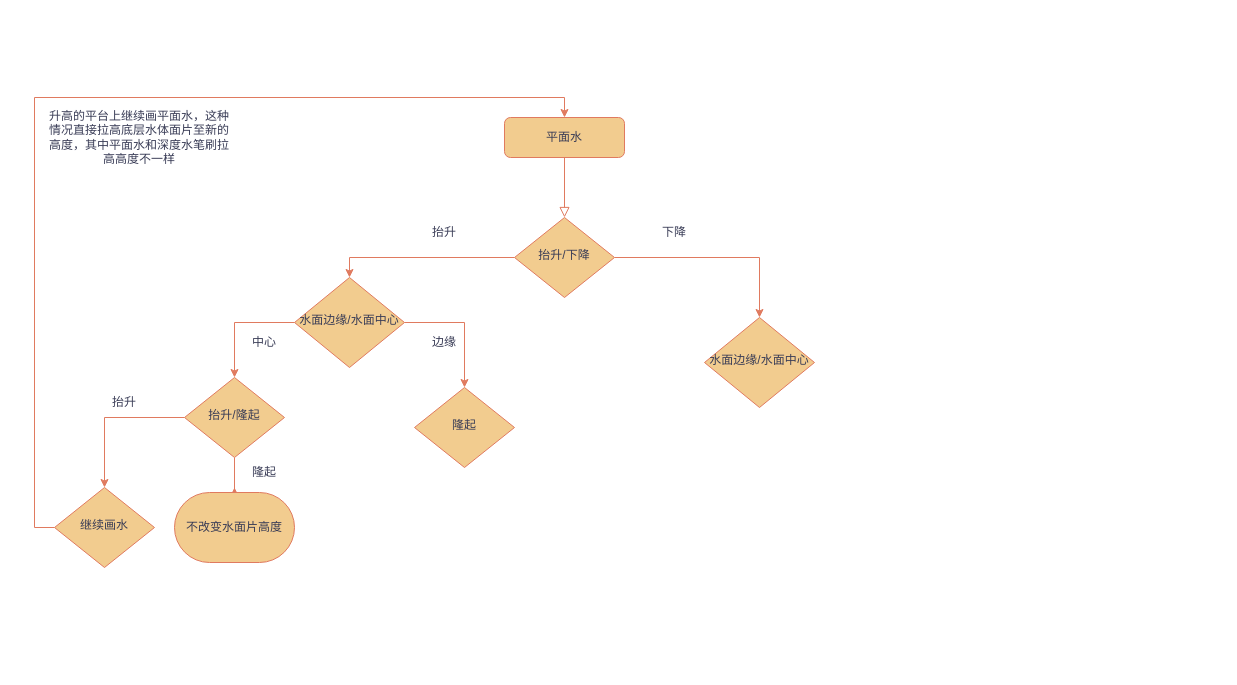
ZihaoLiuLeo/BattleTank keeps this draw.io diagram as Untitled Diagram.drawio. Above is the earlier version. Source tidied: cells renumbered, new cells numbered last; positions are measured from the earlier drawing's top-left corner, leaving out a move shared by most shapes. Both pictures are drawn from the tidied source at 100%, with x=0, y=0 at pixel (44, 107).
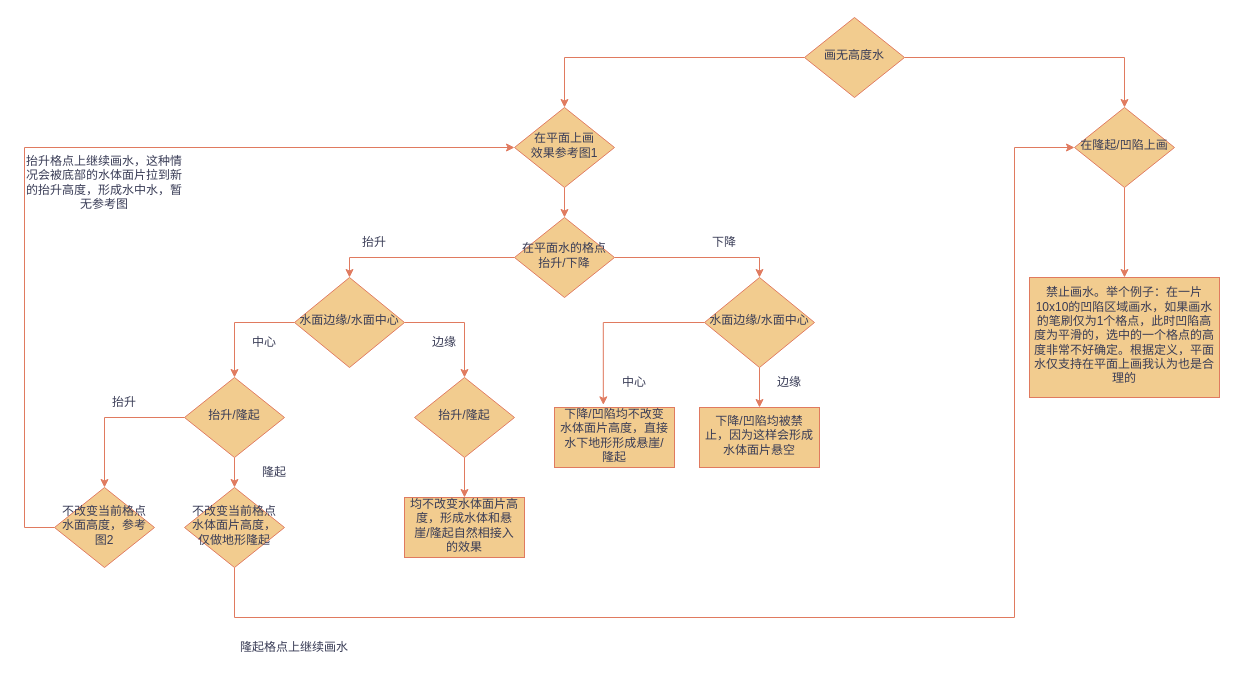
The same diagram, later.

Unchanged cells that the change refers to:
```xml
<mxCell id="9" value="水面边缘/水面中心" style="rhombus;whiteSpace=wrap;html=1;shadow=0;fontFamily=Helvetica;fontSize=12;align=center;strokeWidth=1;spacing=6;spacingTop=-4;labelBackgroundColor=none;fillColor=#F2CC8F;strokeColor=#E07A5F;fontColor=#393C56;" parent="1" vertex="1">
  <mxGeometry x="250" y="170" width="110" height="90" as="geometry" />
</mxCell>
<mxCell id="14" value="抬升/隆起" style="rhombus;whiteSpace=wrap;html=1;shadow=0;fontFamily=Helvetica;fontSize=12;align=center;strokeWidth=1;spacing=6;spacingTop=-4;labelBackgroundColor=none;fillColor=#F2CC8F;strokeColor=#E07A5F;fontColor=#393C56;" parent="1" vertex="1">
  <mxGeometry x="140" y="270" width="100" height="80" as="geometry" />
</mxCell>
```

The edit, as a diff of the source:
```diff
@@
-    <mxCell id="2" style="rounded=0;html=1;jettySize=auto;fontSize=11;endArrow=block;endFill=0;endSize=8;strokeWidth=1;shadow=0;labelBackgroundColor=none;edgeStyle=orthogonalEdgeStyle;strokeColor=#E07A5F;fontColor=default;" parent="1" edge="1" source="3" target="6">
-      <mxGeometry relative="1" as="geometry" />
-    </mxCell>
-    <mxCell id="3" value="平面水" style="rounded=1;whiteSpace=wrap;html=1;fontSize=12;glass=0;strokeWidth=1;shadow=0;labelBackgroundColor=none;fillColor=#F2CC8F;strokeColor=#E07A5F;fontColor=#393C56;" parent="1" vertex="1">
-      <mxGeometry x="460" y="10" width="120" height="40" as="geometry" />
-    </mxCell>
-    <mxCell id="4" style="edgeStyle=orthogonalEdgeStyle;rounded=0;jettySize=auto;html=1;entryX=0.5;entryY=0;entryDx=0;entryDy=0;labelBackgroundColor=none;strokeColor=#E07A5F;fontColor=default;" parent="1" edge="1" source="6" target="9">
+    <mxCell id="4" style="edgeStyle=orthogonalEdgeStyle;rounded=0;jettySize=auto;html=1;entryX=0.5;entryY=0;entryDx=0;entryDy=0;labelBackgroundColor=none;fontColor=default;strokeColor=#E07A5F;" parent="1" edge="1" source="6" target="9">
       <mxGeometry relative="1" as="geometry" />
     </mxCell>
-    <mxCell id="5" style="edgeStyle=orthogonalEdgeStyle;rounded=0;jettySize=auto;html=1;labelBackgroundColor=none;strokeColor=#E07A5F;fontColor=default;entryX=0.5;entryY=0;entryDx=0;entryDy=0;" parent="1" edge="1" source="6" target="21">
+    <mxCell id="5" style="edgeStyle=orthogonalEdgeStyle;rounded=0;jettySize=auto;html=1;labelBackgroundColor=none;fontColor=default;entryX=0.5;entryY=0;entryDx=0;entryDy=0;strokeColor=#E07A5F;" parent="1" edge="1" source="6" target="21">
       <mxGeometry relative="1" as="geometry" />
     </mxCell>
-    <mxCell id="6" value="抬升/下降" style="rhombus;whiteSpace=wrap;html=1;shadow=0;fontFamily=Helvetica;fontSize=12;align=center;strokeWidth=1;spacing=6;spacingTop=-4;labelBackgroundColor=none;fillColor=#F2CC8F;strokeColor=#E07A5F;fontColor=#393C56;" parent="1" vertex="1">
+    <mxCell id="6" value="在平面水的格点抬升/下降" style="rhombus;whiteSpace=wrap;html=1;shadow=0;fontFamily=Helvetica;fontSize=12;align=center;strokeWidth=1;spacing=6;spacingTop=-4;labelBackgroundColor=none;fillColor=#F2CC8F;strokeColor=#E07A5F;fontColor=#393C56;" parent="1" vertex="1">
       <mxGeometry x="470" y="110" width="100" height="80" as="geometry" />
     </mxCell>
-    <mxCell id="7" style="edgeStyle=orthogonalEdgeStyle;rounded=0;jettySize=auto;html=1;labelBackgroundColor=none;strokeColor=#E07A5F;fontColor=default;" parent="1" edge="1" source="9" target="14">
+    <mxCell id="7" style="edgeStyle=orthogonalEdgeStyle;rounded=0;jettySize=auto;html=1;labelBackgroundColor=none;fontColor=default;strokeColor=#E07A5F;" parent="1" edge="1" source="9" target="14">
       <mxGeometry relative="1" as="geometry" />
     </mxCell>
-    <mxCell id="8" style="edgeStyle=orthogonalEdgeStyle;rounded=0;jettySize=auto;html=1;labelBackgroundColor=none;strokeColor=#E07A5F;fontColor=default;" parent="1" edge="1" source="9" target="15">
+    <mxCell id="8" style="edgeStyle=orthogonalEdgeStyle;rounded=0;jettySize=auto;html=1;labelBackgroundColor=none;fontColor=default;strokeColor=#E07A5F;" parent="1" edge="1" source="9" target="15">
       <mxGeometry relative="1" as="geometry" />
     </mxCell>
@@
     <mxCell id="10" value="抬升" style="text;html=1;strokeColor=none;fillColor=none;align=center;verticalAlign=middle;whiteSpace=wrap;rounded=0;labelBackgroundColor=none;fontColor=#393C56;" parent="1" vertex="1">
-      <mxGeometry x="370" y="110" width="60" height="30" as="geometry" />
+      <mxGeometry x="300" y="120" width="60" height="30" as="geometry" />
     </mxCell>
     <mxCell id="11" value="下降" style="text;html=1;strokeColor=none;fillColor=none;align=center;verticalAlign=middle;whiteSpace=wrap;rounded=0;labelBackgroundColor=none;fontColor=#393C56;" parent="1" vertex="1">
-      <mxGeometry x="600" y="110" width="60" height="30" as="geometry" />
+      <mxGeometry x="650" y="120" width="60" height="30" as="geometry" />
     </mxCell>
-    <mxCell id="12" style="edgeStyle=orthogonalEdgeStyle;rounded=0;jettySize=auto;html=1;labelBackgroundColor=none;strokeColor=#E07A5F;fontColor=default;" parent="1" edge="1" source="14" target="20">
+    <mxCell id="12" style="edgeStyle=orthogonalEdgeStyle;rounded=0;jettySize=auto;html=1;labelBackgroundColor=none;fontColor=default;strokeColor=#E07A5F;" parent="1" edge="1" source="14" target="20">
       <mxGeometry relative="1" as="geometry" />
     </mxCell>
-    <mxCell id="13" style="edgeStyle=orthogonalEdgeStyle;rounded=0;jettySize=auto;html=1;labelBackgroundColor=none;strokeColor=#E07A5F;fontColor=default;" parent="1" edge="1" source="14">
-      <mxGeometry relative="1" as="geometry">
-        <mxPoint x="190" y="380" as="targetPoint" />
-        <Array as="points">
-          <mxPoint x="190" y="390" />
-          <mxPoint x="190" y="390" />
-        </Array>
-      </mxGeometry>
-    </mxCell>
+    <mxCell id="25" style="edgeStyle=orthogonalEdgeStyle;rounded=0;jettySize=auto;html=1;entryX=0.5;entryY=0;entryDx=0;entryDy=0;fontColor=default;labelBackgroundColor=none;strokeColor=#E07A5F;" parent="1" edge="1" source="14" target="38">
+      <mxGeometry relative="1" as="geometry" />
+    </mxCell>
@@
+    <mxCell id="26" style="edgeStyle=orthogonalEdgeStyle;rounded=0;jettySize=auto;html=1;fontColor=default;labelBackgroundColor=none;strokeColor=#E07A5F;" parent="1" edge="1" source="15" target="39">
+      <mxGeometry relative="1" as="geometry" />
+    </mxCell>
-    <mxCell id="15" value="隆起" style="rhombus;whiteSpace=wrap;html=1;shadow=0;fontFamily=Helvetica;fontSize=12;align=center;strokeWidth=1;spacing=6;spacingTop=-4;labelBackgroundColor=none;fillColor=#F2CC8F;strokeColor=#E07A5F;fontColor=#393C56;" parent="1" vertex="1">
-      <mxGeometry x="370" y="280" width="100" height="80" as="geometry" />
+    <mxCell id="15" value="抬升/隆起" style="rhombus;whiteSpace=wrap;html=1;shadow=0;fontFamily=Helvetica;fontSize=12;align=center;strokeWidth=1;spacing=6;spacingTop=-4;labelBackgroundColor=none;fillColor=#F2CC8F;strokeColor=#E07A5F;fontColor=#393C56;" parent="1" vertex="1">
+      <mxGeometry x="370" y="270" width="100" height="80" as="geometry" />
     </mxCell>
@@
-    <mxCell id="18" value="升高的平台上继续画平面水，这种情况直接拉高底层水体面片至新的高度，其中平面水和深度水笔刷拉高高度不一样" style="text;html=1;strokeColor=none;fillColor=none;align=center;verticalAlign=middle;whiteSpace=wrap;rounded=0;labelBackgroundColor=none;fontColor=#393C56;" parent="1" vertex="1">
-      <mxGeometry width="190" height="60" as="geometry" />
+    <mxCell id="18" value="抬升格点上继续画水，这种情况会被底部的水体面片拉到新的抬升高度，形成水中水，暂无参考图" style="text;html=1;strokeColor=none;fillColor=none;align=center;verticalAlign=middle;whiteSpace=wrap;rounded=0;labelBackgroundColor=none;fontColor=#393C56;" parent="1" vertex="1">
+      <mxGeometry x="-20" y="40" width="160" height="70" as="geometry" />
     </mxCell>
-    <mxCell id="19" style="edgeStyle=orthogonalEdgeStyle;rounded=0;jettySize=auto;html=1;exitX=0;exitY=0.5;exitDx=0;exitDy=0;entryX=0.5;entryY=0;entryDx=0;entryDy=0;labelBackgroundColor=none;strokeColor=#E07A5F;fontColor=default;" parent="1" edge="1" source="20" target="3">
-      <mxGeometry relative="1" as="geometry" />
-    </mxCell>
+    <mxCell id="27" style="edgeStyle=orthogonalEdgeStyle;rounded=0;jettySize=auto;html=1;entryX=0;entryY=0.5;entryDx=0;entryDy=0;fontColor=default;labelBackgroundColor=none;strokeColor=#E07A5F;" parent="1" edge="1" source="20" target="34">
+      <mxGeometry relative="1" as="geometry">
+        <Array as="points">
+          <mxPoint x="-20" y="420" />
+          <mxPoint x="-20" y="40" />
+        </Array>
+      </mxGeometry>
+    </mxCell>
-    <mxCell id="20" value="继续画水" style="rhombus;whiteSpace=wrap;html=1;shadow=0;fontFamily=Helvetica;fontSize=12;align=center;strokeWidth=1;spacing=6;spacingTop=-4;labelBackgroundColor=none;fillColor=#F2CC8F;strokeColor=#E07A5F;fontColor=#393C56;" parent="1" vertex="1">
+    <mxCell id="20" value="不改变当前格点水面高度，参考图2" style="rhombus;whiteSpace=wrap;html=1;shadow=0;fontFamily=Helvetica;fontSize=12;align=center;strokeWidth=1;spacing=6;spacingTop=-4;labelBackgroundColor=none;fillColor=#F2CC8F;strokeColor=#E07A5F;fontColor=#393C56;" parent="1" vertex="1">
       <mxGeometry x="10" y="380" width="100" height="80" as="geometry" />
     </mxCell>
+    <mxCell id="28" style="edgeStyle=orthogonalEdgeStyle;rounded=0;jettySize=auto;html=1;entryX=0.407;entryY=-0.044;entryDx=0;entryDy=0;entryPerimeter=0;fontColor=default;labelBackgroundColor=none;strokeColor=#E07A5F;" parent="1" edge="1" source="21" target="40">
+      <mxGeometry relative="1" as="geometry" />
+    </mxCell>
+    <mxCell id="29" style="edgeStyle=orthogonalEdgeStyle;rounded=0;jettySize=auto;html=1;fontColor=default;labelBackgroundColor=none;strokeColor=#E07A5F;" parent="1" edge="1" source="21" target="41">
+      <mxGeometry relative="1" as="geometry" />
+    </mxCell>
     <mxCell id="21" value="水面边缘/水面中心" style="rhombus;whiteSpace=wrap;html=1;shadow=0;fontFamily=Helvetica;fontSize=12;align=center;strokeWidth=1;spacing=6;spacingTop=-4;labelBackgroundColor=none;fillColor=#F2CC8F;strokeColor=#E07A5F;fontColor=#393C56;" parent="1" vertex="1">
-      <mxGeometry x="660" y="210" width="110" height="90" as="geometry" />
+      <mxGeometry x="660" y="170" width="110" height="90" as="geometry" />
     </mxCell>
-    <mxCell id="22" value="隆起" style="text;html=1;strokeColor=none;fillColor=none;align=center;verticalAlign=middle;whiteSpace=wrap;rounded=0;fontColor=#393C56;" parent="1" vertex="1">
-      <mxGeometry x="190" y="350" width="60" height="30" as="geometry" />
+    <mxCell id="22" value="隆起" style="text;html=1;strokeColor=none;fillColor=none;align=center;verticalAlign=middle;whiteSpace=wrap;rounded=0;labelBackgroundColor=none;fontColor=#393C56;" parent="1" vertex="1">
+      <mxGeometry x="200" y="350" width="60" height="30" as="geometry" />
     </mxCell>
-    <mxCell id="23" value="抬升" style="text;html=1;strokeColor=none;fillColor=none;align=center;verticalAlign=middle;whiteSpace=wrap;rounded=0;fontColor=#393C56;" parent="1" vertex="1">
+    <mxCell id="23" value="抬升" style="text;html=1;strokeColor=none;fillColor=none;align=center;verticalAlign=middle;whiteSpace=wrap;rounded=0;labelBackgroundColor=none;fontColor=#393C56;" parent="1" vertex="1">
       <mxGeometry x="50" y="280" width="60" height="30" as="geometry" />
     </mxCell>
-    <mxCell id="24" value="不改变水面片高度" style="rounded=1;whiteSpace=wrap;html=1;fontSize=12;glass=0;strokeWidth=1;shadow=0;labelBackgroundColor=none;fillColor=#F2CC8F;strokeColor=#E07A5F;fontColor=#393C56;arcSize=50;" parent="1" vertex="1">
-      <mxGeometry x="130" y="385" width="120" height="70" as="geometry" />
-    </mxCell>
+    <mxCell id="30" style="edgeStyle=orthogonalEdgeStyle;rounded=0;jettySize=auto;html=1;fontColor=default;labelBackgroundColor=none;strokeColor=#E07A5F;" parent="1" edge="1" source="32" target="34">
+      <mxGeometry relative="1" as="geometry" />
+    </mxCell>
+    <mxCell id="31" style="edgeStyle=orthogonalEdgeStyle;rounded=0;jettySize=auto;html=1;fontColor=default;labelBackgroundColor=none;strokeColor=#E07A5F;" parent="1" edge="1" source="32" target="36">
+      <mxGeometry relative="1" as="geometry" />
+    </mxCell>
+    <mxCell id="32" value="画无高度水" style="rhombus;whiteSpace=wrap;html=1;shadow=0;fontFamily=Helvetica;fontSize=12;align=center;strokeWidth=1;spacing=6;spacingTop=-4;labelBackgroundColor=none;fillColor=#F2CC8F;strokeColor=#E07A5F;fontColor=#393C56;" parent="1" vertex="1">
+      <mxGeometry x="760" y="-90" width="100" height="80" as="geometry" />
+    </mxCell>
+    <mxCell id="33" style="edgeStyle=orthogonalEdgeStyle;rounded=0;jettySize=auto;html=1;entryX=0.5;entryY=0;entryDx=0;entryDy=0;fontColor=default;labelBackgroundColor=none;strokeColor=#E07A5F;" parent="1" edge="1" source="34" target="6">
+      <mxGeometry relative="1" as="geometry" />
+    </mxCell>
+    <mxCell id="34" value="在平面上画&lt;br&gt;效果参考图1" style="rhombus;whiteSpace=wrap;html=1;shadow=0;fontFamily=Helvetica;fontSize=12;align=center;strokeWidth=1;spacing=6;spacingTop=-4;labelBackgroundColor=none;fillColor=#F2CC8F;strokeColor=#E07A5F;fontColor=#393C56;" parent="1" vertex="1">
+      <mxGeometry x="470" width="100" height="80" as="geometry" />
+    </mxCell>
+    <mxCell id="35" style="edgeStyle=orthogonalEdgeStyle;rounded=0;jettySize=auto;html=1;entryX=0.5;entryY=0;entryDx=0;entryDy=0;fontColor=default;labelBackgroundColor=none;strokeColor=#E07A5F;" parent="1" edge="1" source="36" target="44">
+      <mxGeometry relative="1" as="geometry" />
+    </mxCell>
+    <mxCell id="36" value="在隆起/凹陷上画" style="rhombus;whiteSpace=wrap;html=1;shadow=0;fontFamily=Helvetica;fontSize=12;align=center;strokeWidth=1;spacing=6;spacingTop=-4;labelBackgroundColor=none;fillColor=#F2CC8F;strokeColor=#E07A5F;fontColor=#393C56;" parent="1" vertex="1">
+      <mxGeometry x="1030" width="100" height="80" as="geometry" />
+    </mxCell>
+    <mxCell id="37" style="edgeStyle=orthogonalEdgeStyle;rounded=0;jettySize=auto;html=1;entryX=0;entryY=0.5;entryDx=0;entryDy=0;fontColor=default;labelBackgroundColor=none;strokeColor=#E07A5F;" parent="1" edge="1" source="38" target="36">
+      <mxGeometry relative="1" as="geometry">
+        <Array as="points">
+          <mxPoint x="190" y="510" />
+          <mxPoint x="970" y="510" />
+          <mxPoint x="970" y="40" />
+        </Array>
+      </mxGeometry>
+    </mxCell>
+    <mxCell id="38" value="不改变当前格点水体面片高度，仅做地形隆起" style="rhombus;whiteSpace=wrap;html=1;shadow=0;fontFamily=Helvetica;fontSize=12;align=center;strokeWidth=1;spacing=6;spacingTop=-4;labelBackgroundColor=none;fillColor=#F2CC8F;strokeColor=#E07A5F;fontColor=#393C56;" parent="1" vertex="1">
+      <mxGeometry x="140" y="380" width="100" height="80" as="geometry" />
+    </mxCell>
+    <mxCell id="39" value="均不改变水体面片高度，形成水体和悬崖/隆起自然相接入的效果" style="whiteSpace=wrap;html=1;shadow=0;strokeWidth=1;spacing=6;spacingTop=-4;labelBackgroundColor=none;fillColor=#F2CC8F;strokeColor=#E07A5F;fontColor=#393C56;" parent="1" vertex="1">
+      <mxGeometry x="360" y="390" width="120" height="60" as="geometry" />
+    </mxCell>
+    <mxCell id="40" value="下降/凹陷均不改变水体面片高度，直接水下地形形成悬崖/隆起" style="whiteSpace=wrap;html=1;shadow=0;strokeWidth=1;spacing=6;spacingTop=-4;labelBackgroundColor=none;fillColor=#F2CC8F;strokeColor=#E07A5F;fontColor=#393C56;" parent="1" vertex="1">
+      <mxGeometry x="510" y="300" width="120" height="60" as="geometry" />
+    </mxCell>
+    <mxCell id="41" value="下降/凹陷均被禁止，因为这样会形成水体面片悬空" style="whiteSpace=wrap;html=1;shadow=0;strokeWidth=1;spacing=6;spacingTop=-4;labelBackgroundColor=none;fillColor=#F2CC8F;strokeColor=#E07A5F;fontColor=#393C56;" parent="1" vertex="1">
+      <mxGeometry x="655" y="300" width="120" height="60" as="geometry" />
+    </mxCell>
+    <mxCell id="42" value="中心" style="text;html=1;strokeColor=none;fillColor=none;align=center;verticalAlign=middle;whiteSpace=wrap;rounded=0;labelBackgroundColor=none;fontColor=#393C56;" parent="1" vertex="1">
+      <mxGeometry x="560" y="260" width="60" height="30" as="geometry" />
+    </mxCell>
+    <mxCell id="43" value="边缘" style="text;html=1;strokeColor=none;fillColor=none;align=center;verticalAlign=middle;whiteSpace=wrap;rounded=0;labelBackgroundColor=none;fontColor=#393C56;" parent="1" vertex="1">
+      <mxGeometry x="715" y="260" width="60" height="30" as="geometry" />
+    </mxCell>
+    <mxCell id="44" value="禁止画水。举个例子：在一片10x10的凹陷区域画水，如果画水的笔刷仅为1个格点，此时凹陷高度为平滑的，选中的一个格点的高度非常不好确定。根据定义，平面水仅支持在平面上画我认为也是合理的" style="whiteSpace=wrap;html=1;shadow=0;strokeWidth=1;spacing=6;spacingTop=-4;labelBackgroundColor=none;fillColor=#F2CC8F;strokeColor=#E07A5F;fontColor=#393C56;" parent="1" vertex="1">
+      <mxGeometry x="985" y="170" width="190" height="120" as="geometry" />
+    </mxCell>
+    <mxCell id="45" value="隆起格点上继续画水" style="text;html=1;strokeColor=none;fillColor=none;align=center;verticalAlign=middle;whiteSpace=wrap;rounded=0;labelBackgroundColor=none;fontColor=#393C56;" parent="1" vertex="1">
+      <mxGeometry x="190" y="520" width="120" height="40" as="geometry" />
+    </mxCell>
```
